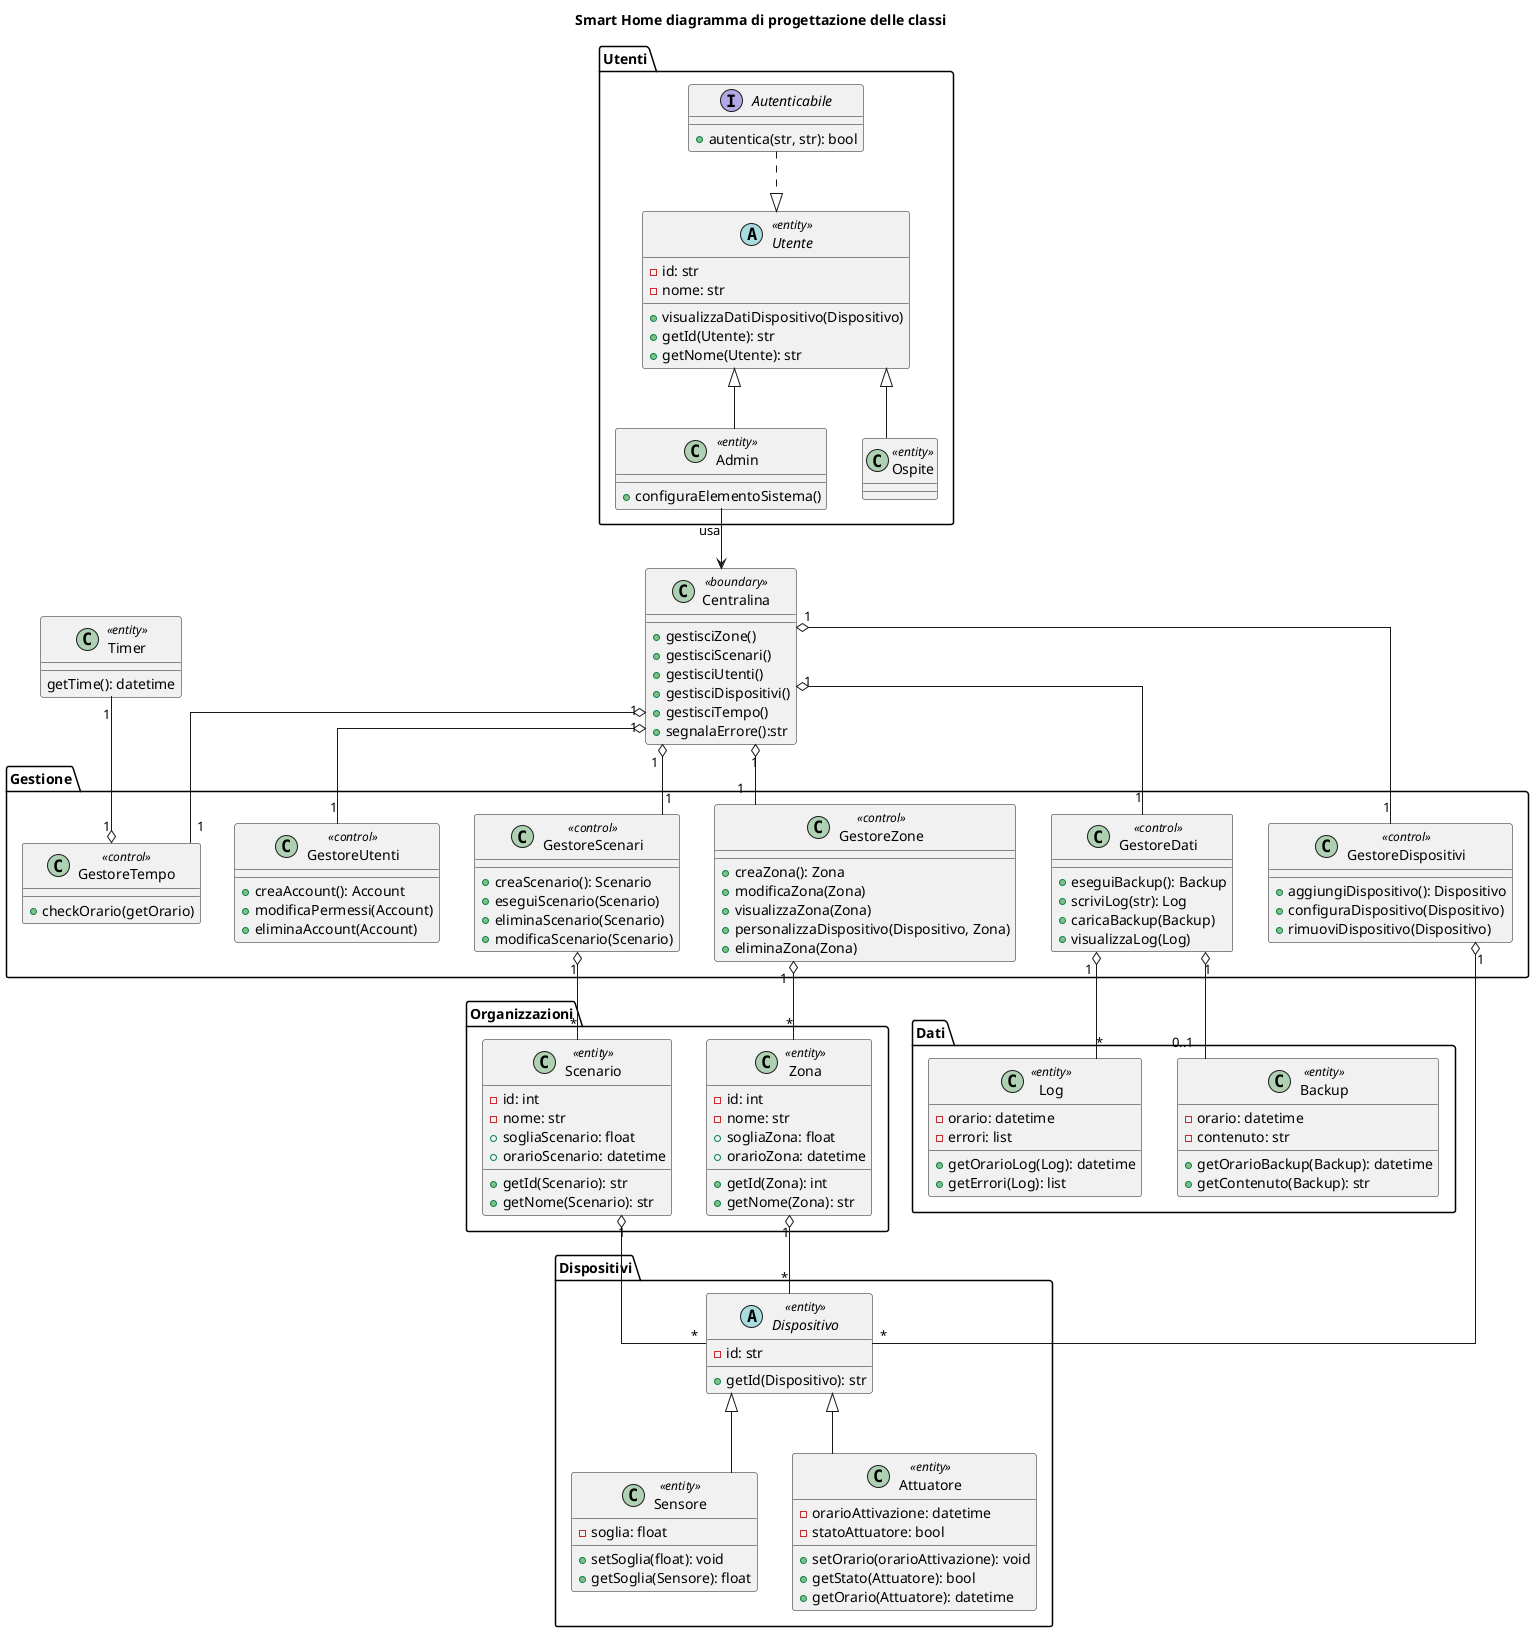
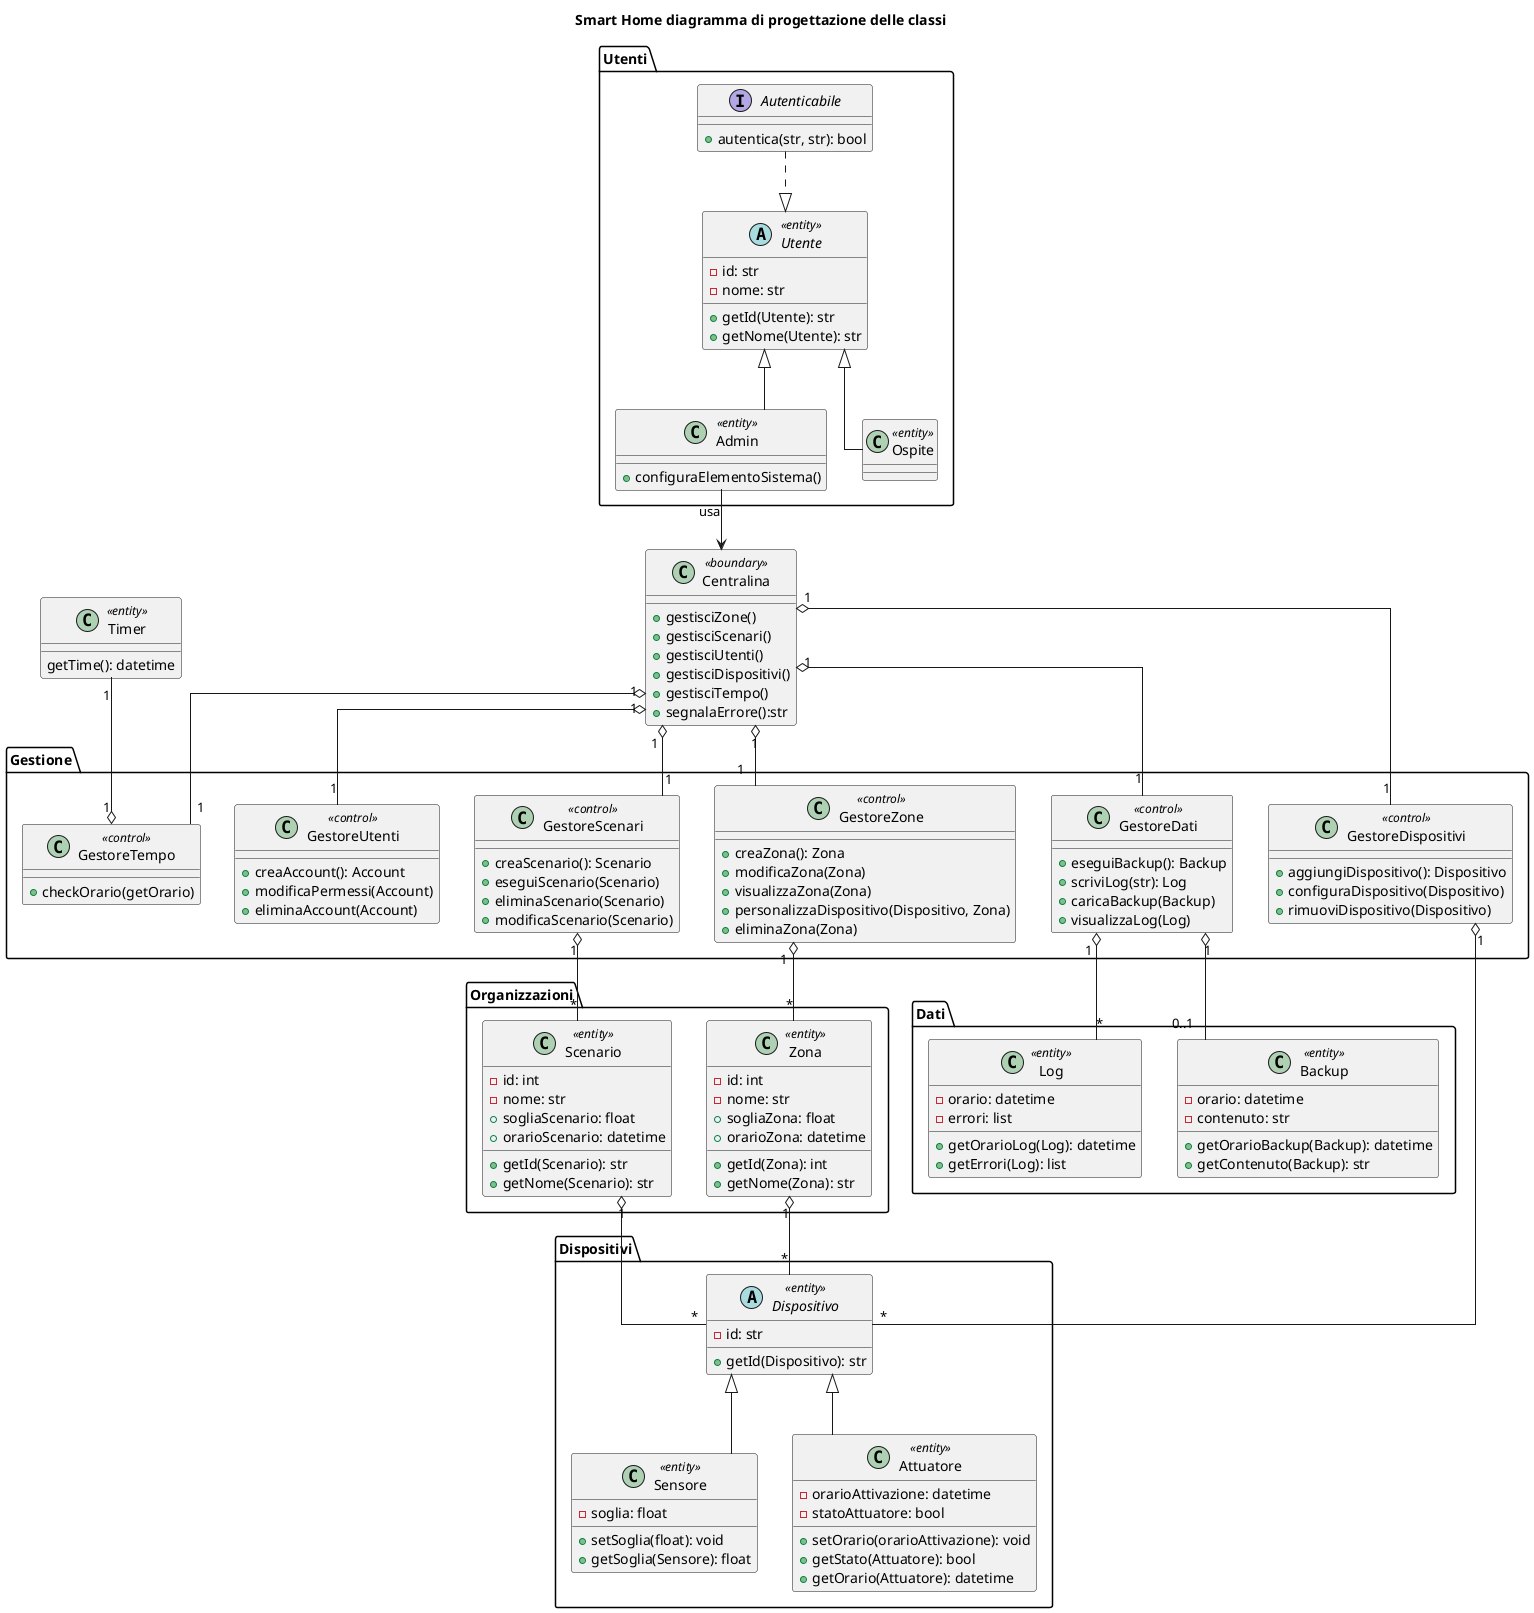
@startuml digrammacprogettazione
title Smart Home diagramma di progettazione delle classi
skinparam linetype ortho

package "Organizzazioni" {
    class Zona <<entity>> {
        - id: int
        - nome: str
        + sogliaZona: float
        +orarioZona: datetime
        + getId(Zona): int
        + getNome(Zona): str
    }
    class Scenario <<entity>> {
        - id: int
        - nome: str
        + sogliaScenario: float
        + orarioScenario: datetime
        + getId(Scenario): str
        + getNome(Scenario): str
    }
}

package "Dati"{
    class Backup <<entity>> {
        - orario: datetime
        - contenuto: str
        + getOrarioBackup(Backup): datetime
        + getContenuto(Backup): str

    }
    class Log <<entity>> {
        - orario: datetime
        - errori: list

        +getOrarioLog(Log): datetime
        + getErrori(Log): list
    }
}

package "Dispositivi" {
    abstract class Dispositivo <<entity>> {
        - id: str
        + getId(Dispositivo): str
    }
    class Sensore <<entity>> extends Dispositivo {
        - soglia: float
        + setSoglia(float): void
        + getSoglia(Sensore): float
    }
    class Attuatore <<entity>> extends Dispositivo {
        - orarioAttivazione: datetime
        - statoAttuatore: bool
        + setOrario(orarioAttivazione): void
        + getStato(Attuatore): bool
        + getOrario(Attuatore): datetime
    }

}

package "Gestione" {
    class GestoreZone <<control>> {
        + creaZona(): Zona
        + modificaZona(Zona)
        + visualizzaZona(Zona)
        + personalizzaDispositivo(Dispositivo, Zona)
        + eliminaZona(Zona)
    }
    class GestoreScenari <<control>>  {
        + creaScenario(): Scenario
        + eseguiScenario(Scenario)
        + eliminaScenario(Scenario)
        + modificaScenario(Scenario)
    }
    class GestoreDati <<control>>  {
        + eseguiBackup(): Backup
        + scriviLog(str): Log
        + caricaBackup(Backup)
        + visualizzaLog(Log)
    }
    class GestoreUtenti <<control>> {
        + creaAccount(): Account
        + modificaPermessi(Account)
        + eliminaAccount(Account)
    }
    class GestoreDispositivi <<control>>  {
        + aggiungiDispositivo(): Dispositivo
        + configuraDispositivo(Dispositivo)
        + rimuoviDispositivo(Dispositivo)
    }
    class GestoreTempo <<control>>{
        + checkOrario(getOrario)
    }
}

class Timer <<entity>>{
    getTime(): datetime
}

package "Utenti" {
    abstract class Utente <<entity>> {
    -id: str
    -nome: str
-     + visualizzaDatiDispositivo(Dispositivo)
    + getId(Utente): str
    + getNome(Utente): str
    }
    class Admin <<entity>> extends Utente {
        + configuraElementoSistema()
    }
    class Ospite <<entity>> extends Utente

    interface Autenticabile {
        + autentica(str, str): bool
    }
}

class Centralina <<boundary>> {
    + gestisciZone()
    + gestisciScenari()
    + gestisciUtenti()
    + gestisciDispositivi()
    + gestisciTempo()
    + segnalaErrore():str
}



Admin --> Centralina : usa

Centralina "1" o-down- "1" GestoreZone
Centralina "1" o-down- "1" GestoreScenari
Centralina "1" o-down- "1" GestoreUtenti
Centralina "1" o-down- "1" GestoreDispositivi
Centralina "1" o-down- "1" GestoreDati

GestoreZone "1" o-- "*" Zona
GestoreScenari "1" o-- "*" Scenario
GestoreDispositivi "1" o-- "*" Dispositivo
GestoreDati "1" o-- "0..1" Backup
GestoreDati "1" o-- "*" Log

Zona "1" o-- "*" Dispositivo
Scenario "1" o-- "*" Dispositivo
Autenticabile ..|> Utente

Timer "1" --o "1" GestoreTempo
Centralina "1" o-- "1" GestoreTempo


@endum
